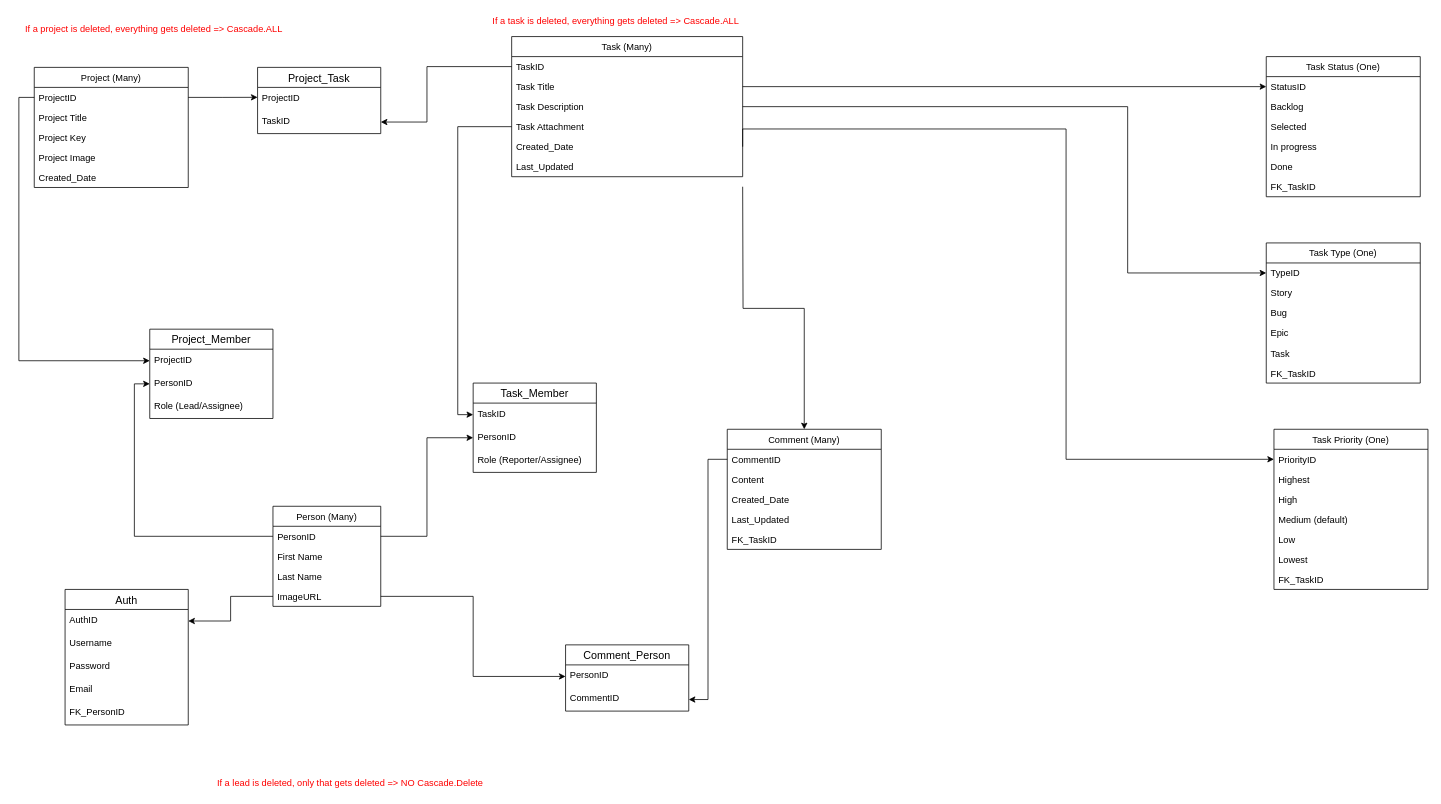
Before: ERdiagram.drawio in dathaotrinh/jira-clone, a draw.io diagram. Source tidied: cells renumbered, new cells numbered last; positions are measured from the earlier drawing's top-left corner, leaving out a move shared by most shapes. Both pictures are drawn from the tidied source at 77%, with x=0, y=0 at pixel (18, 13).
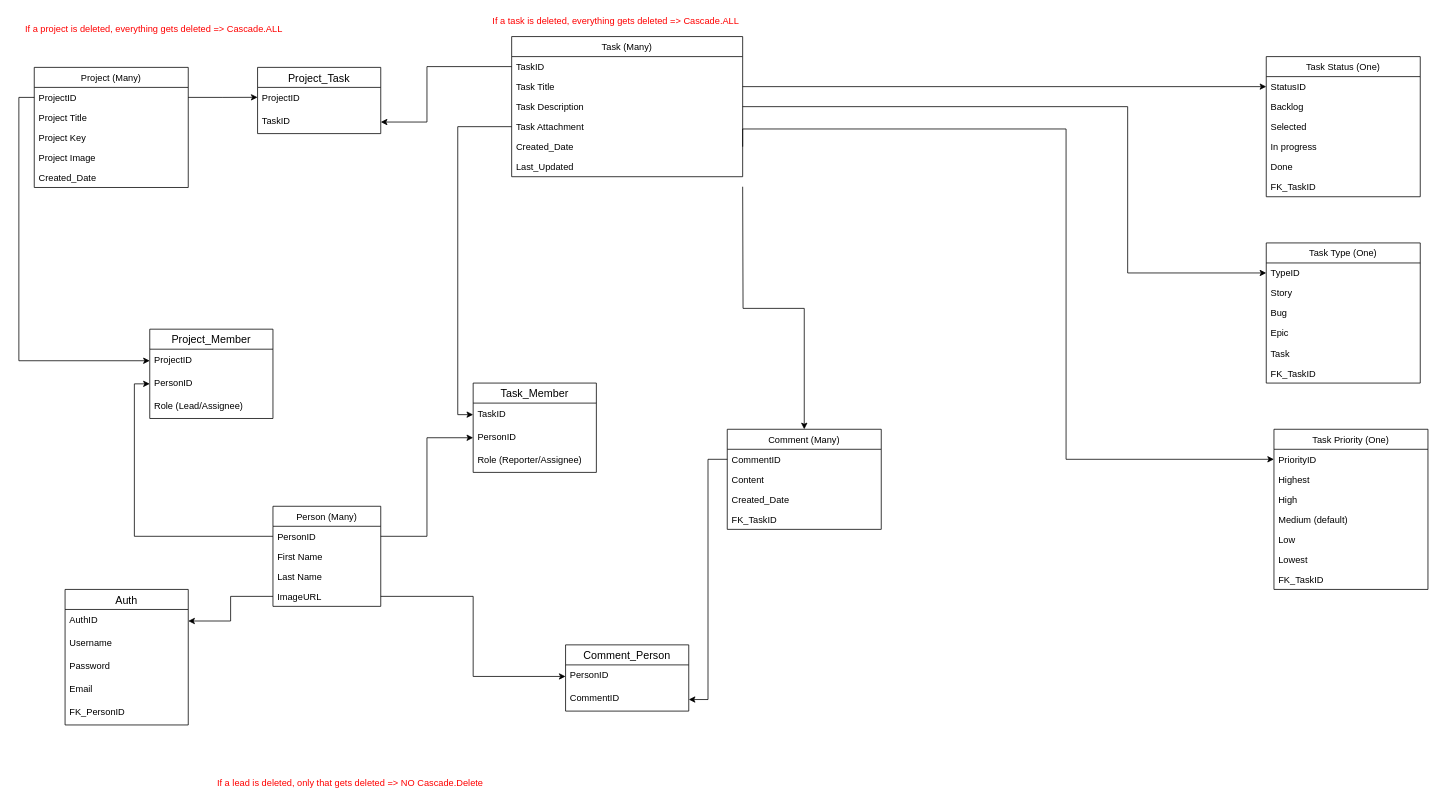
The same page after the edit.

Commit message (it also covers changes not shown here):
add comment table in database

Change to the diagram source:
```diff
@@
     <mxCell id="63" value="Comment (Many)" style="swimlane;fontStyle=0;horizontal=1;startSize=26;fillColor=none;" parent="1" vertex="1">
-      <mxGeometry x="920" y="540" width="200" height="156" as="geometry" />
+      <mxGeometry x="920" y="540" width="200" height="130" as="geometry" />
     </mxCell>
@@
-    <mxCell id="67" value="Last_Updated" style="text;strokeColor=none;fillColor=none;align=left;verticalAlign=top;spacingLeft=4;spacingRight=4;overflow=hidden;" parent="63" vertex="1">
-      <mxGeometry y="104" width="200" height="26" as="geometry" />
-    </mxCell>
     <mxCell id="68" value="FK_TaskID" style="text;strokeColor=none;fillColor=none;align=left;verticalAlign=top;spacingLeft=4;spacingRight=4;overflow=hidden;" parent="63" vertex="1">
-      <mxGeometry y="130" width="200" height="26" as="geometry" />
+      <mxGeometry y="104" width="200" height="26" as="geometry" />
     </mxCell>
```
